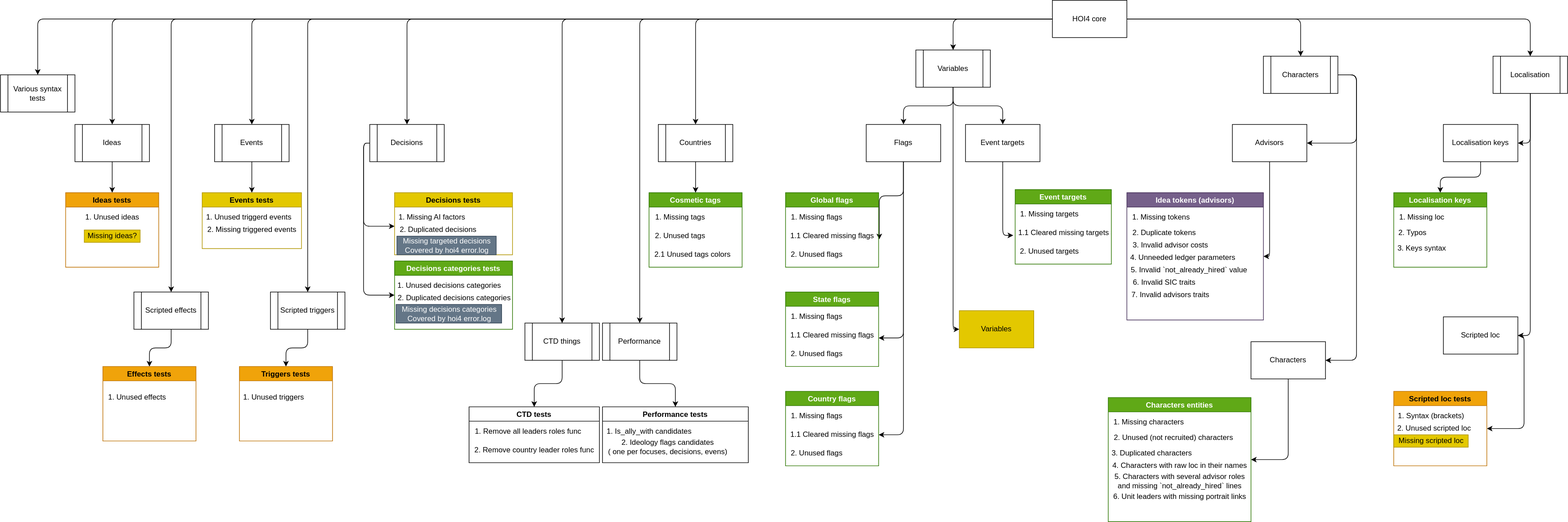
The draw.io diagram tests_coverage.drawio.svg in Pelmen323/Kaiserreich_Autotests, before a commit. Source tidied: cells renumbered, new cells last; positions are measured from the earlier drawing's top-left corner, leaving out a move shared by most shapes.
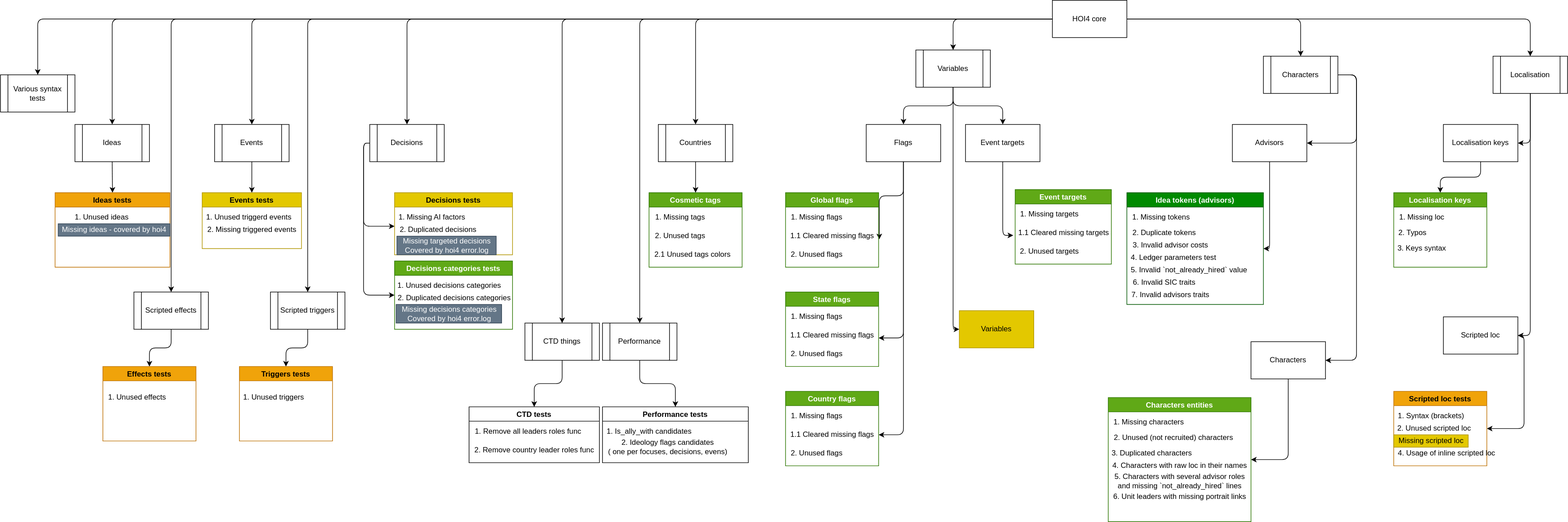
Above is the later version.

Commit message:
Add new test - inline localisation usage, apply some maintenance tweaks

The edit, as a diff of the source:
```diff
@@ -116,8 +116,8 @@
     <mxCell id="39" value="Characters" style="shape=process;whiteSpace=wrap;html=1;backgroundOutline=1;" parent="1" vertex="1">
       <mxGeometry x="2035" y="90" width="120" height="60" as="geometry" />
     </mxCell>
-    <mxCell id="40" value="Idea tokens (advisors)" style="swimlane;fillColor=#76608a;fontColor=#ffffff;strokeColor=#432D57;" parent="1" vertex="1">
-      <mxGeometry x="1815" y="310" width="220" height="205" as="geometry" />
+    <mxCell id="40" value="Idea tokens (advisors)" style="swimlane;fillColor=#008a00;fontColor=#ffffff;strokeColor=#005700;" parent="1" vertex="1">
+      <mxGeometry x="1815" y="310" width="220" height="180" as="geometry" />
     </mxCell>
     <mxCell id="41" value="2. Duplicate tokens" style="text;html=1;align=center;verticalAlign=middle;strokeColor=none;fillColor=none;" parent="40" vertex="1">
       <mxGeometry y="55" width="120" height="20" as="geometry" />
@@ -128,8 +128,8 @@
     <mxCell id="43" value="3. Invalid advisor costs" style="text;html=1;align=center;verticalAlign=middle;" parent="40" vertex="1">
       <mxGeometry y="75" width="140" height="20" as="geometry" />
     </mxCell>
-    <mxCell id="44" value="4. Unneeded ledger parameters" style="text;html=1;align=center;verticalAlign=middle;" parent="40" vertex="1">
-      <mxGeometry y="95" width="180" height="20" as="geometry" />
+    <mxCell id="44" value="4. Ledger parameters test" style="text;html=1;align=center;verticalAlign=middle;" parent="40" vertex="1">
+      <mxGeometry y="95" width="150" height="20" as="geometry" />
     </mxCell>
     <mxCell id="45" value="5. Invalid `not_already_hired` value" style="text;html=1;align=center;verticalAlign=middle;" parent="40" vertex="1">
       <mxGeometry y="115" width="200" height="20" as="geometry" />
@@ -264,13 +264,13 @@
       <mxGeometry x="120" y="200" width="120" height="60" as="geometry" />
     </mxCell>
     <mxCell id="89" value="Ideas tests" style="swimlane;fillColor=#f0a30a;fontColor=#000000;strokeColor=#BD7000;" parent="1" vertex="1">
-      <mxGeometry x="105" y="310" width="150" height="120" as="geometry" />
+      <mxGeometry x="88" y="310" width="185" height="120" as="geometry" />
     </mxCell>
     <mxCell id="90" value="1. Unused ideas" style="text;html=1;align=center;verticalAlign=middle;strokeColor=none;fillColor=none;" parent="89" vertex="1">
       <mxGeometry x="25" y="30" width="100" height="20" as="geometry" />
     </mxCell>
-    <mxCell id="91" value="Missing ideas?" style="text;html=1;align=center;verticalAlign=middle;strokeColor=#B09500;fillColor=#e3c800;fontColor=#000000;" parent="89" vertex="1">
-      <mxGeometry x="30" y="60" width="90" height="20" as="geometry" />
+    <mxCell id="91" value="Missing ideas - covered by hoi4" style="text;html=1;align=center;verticalAlign=middle;strokeColor=#314354;fillColor=#647687;fontColor=#ffffff;" parent="89" vertex="1">
+      <mxGeometry x="5" y="50" width="180" height="20" as="geometry" />
     </mxCell>
     <mxCell id="92" style="edgeStyle=orthogonalEdgeStyle;html=1;exitX=0.5;exitY=1;exitDx=0;exitDy=0;entryX=1;entryY=0.5;entryDx=0;entryDy=0;" parent="1" edge="1" source="94" target="96">
       <mxGeometry relative="1" as="geometry" />
@@ -317,6 +317,9 @@
     <mxCell id="106" value="Missing scripted loc" style="text;html=1;align=center;verticalAlign=middle;strokeColor=#B09500;fillColor=#e3c800;fontColor=#000000;" parent="103" vertex="1">
       <mxGeometry y="70" width="120" height="20" as="geometry" />
     </mxCell>
+    <mxCell id="125" value="4. Usage of inline scripted loc" style="text;html=1;align=center;verticalAlign=middle;" parent="103" vertex="1">
+      <mxGeometry y="90" width="170" height="20" as="geometry" />
+    </mxCell>
     <mxCell id="107" style="edgeStyle=orthogonalEdgeStyle;html=1;exitX=0.5;exitY=1;exitDx=0;exitDy=0;entryX=0.5;entryY=0;entryDx=0;entryDy=0;" parent="1" edge="1" source="108" target="109">
       <mxGeometry relative="1" as="geometry" />
     </mxCell>
```
